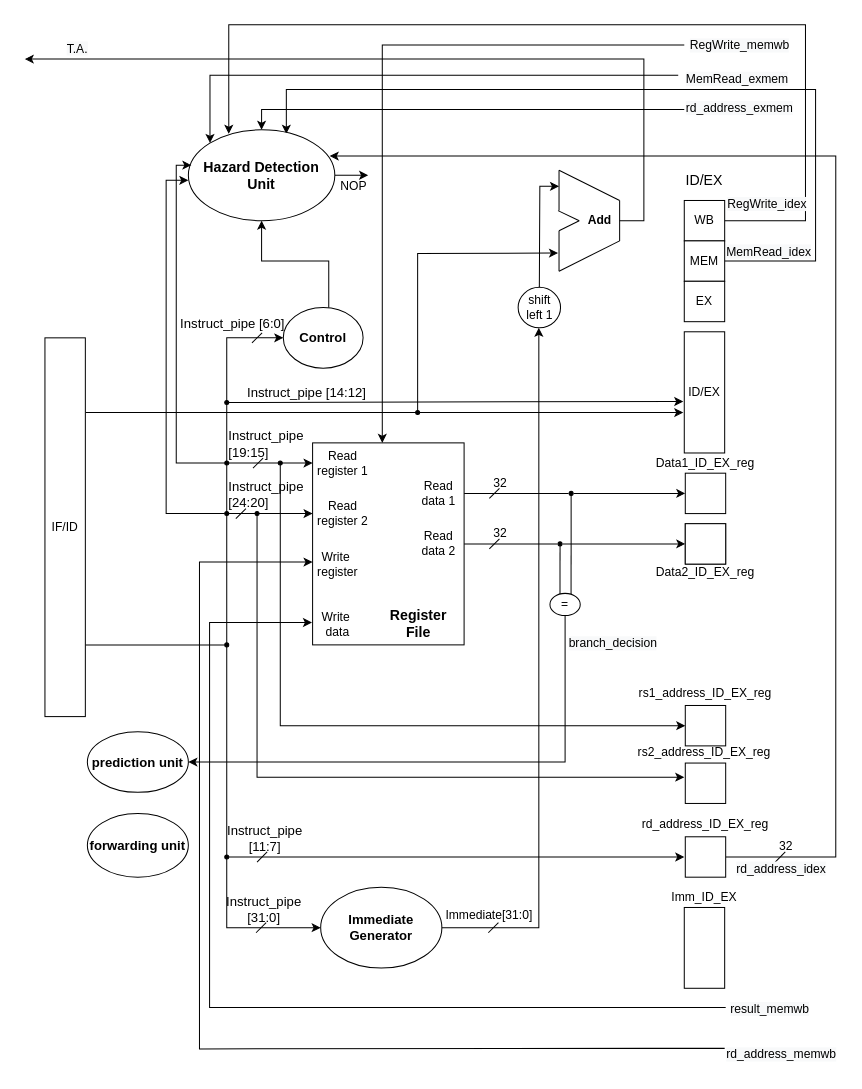
The draw.io diagram lab3/decode.drawio in Dragosk97/ISA-laboratories, before the edit. Source tidied: cells renumbered, new cells numbered last; positions are measured from the earlier drawing's top-left corner, leaving out a move shared by most shapes. Both pictures are drawn from the tidied source at 101%, with x=0, y=0 at pixel (24, 24).
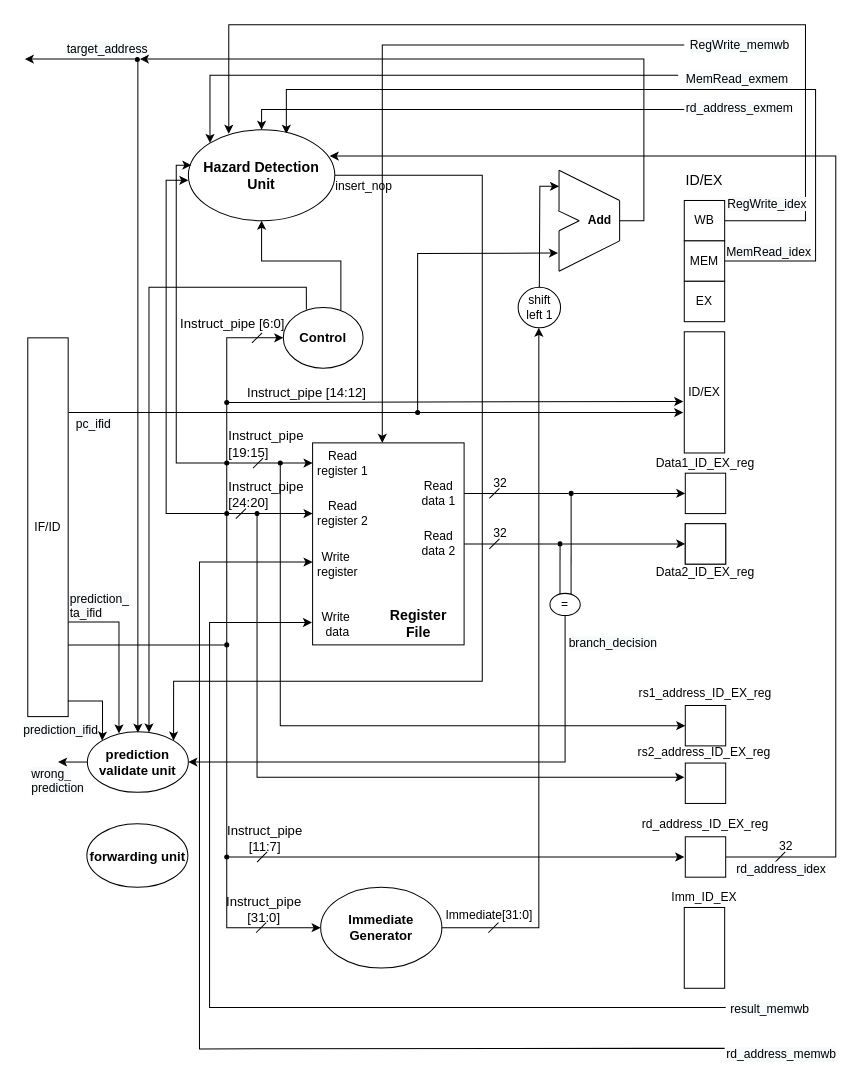
The same diagram, later.

The change refers to these unchanged cells:
```xml
<mxCell id="29" value="&lt;b&gt;&lt;font style=&quot;font-size: 13px&quot;&gt;Control&lt;/font&gt;&lt;/b&gt;" style="ellipse;whiteSpace=wrap;html=1;" parent="1" vertex="1">
  <mxGeometry x="256" y="280" width="79" height="60" as="geometry" />
</mxCell>
<mxCell id="36" style="verticalLabelPosition=bottom;shadow=0;dashed=0;align=center;html=1;verticalAlign=top;shape=mxgraph.electrical.logic_gates.inverting_contact;fillColor=#000000;" parent="1" vertex="1">
  <mxGeometry x="197.5" y="611.5" width="5" height="5" as="geometry" />
</mxCell>
<mxCell id="71" value="&lt;font style=&quot;font-size: 14px&quot;&gt;&lt;b&gt;Hazard Detection Unit&lt;/b&gt;&lt;/font&gt;" style="ellipse;whiteSpace=wrap;html=1;" parent="1" vertex="1">
  <mxGeometry x="162" y="104" width="145" height="90" as="geometry" />
</mxCell>
<mxCell id="81" value="&lt;span&gt;Add&lt;/span&gt;" style="text;html=1;align=center;verticalAlign=middle;points=[];fontStyle=1;" parent="1" vertex="1">
  <mxGeometry x="549" y="184" width="40" height="20" as="geometry" />
</mxCell>
```

Diff of the diagram source:
```diff
@@
     <mxCell id="2" style="endArrow=none;html=1;entryX=0.1;entryY=0.5;entryDx=0;entryDy=0;entryPerimeter=0;" parent="1" edge="1" target="36">
       <mxGeometry relative="1" as="geometry">
-        <mxPoint x="60" y="614" as="sourcePoint" />
+        <mxPoint x="43" y="614" as="sourcePoint" />
       </mxGeometry>
     </mxCell>
@@
     <mxCell id="28" style="edgeStyle=orthogonalEdgeStyle;rounded=0;jettySize=auto;html=1;entryX=0.5;entryY=1;entryDx=0;entryDy=0;" parent="1" edge="1" source="29" target="71">
       <mxGeometry relative="1" as="geometry">
         <Array as="points">
-          <mxPoint x="301" y="234" />
+          <mxPoint x="313" y="234" />
           <mxPoint x="235" y="234" />
         </Array>
       </mxGeometry>
     </mxCell>
+    <mxCell id="120" style="edgeStyle=orthogonalEdgeStyle;rounded=0;jettySize=auto;html=1;exitX=0.289;exitY=0.034;exitDx=0;exitDy=0;exitPerimeter=0;" parent="1" edge="1" source="29" target="104">
+      <mxGeometry relative="1" as="geometry">
+        <Array as="points">
+          <mxPoint x="279" y="260" />
+          <mxPoint x="123" y="260" />
+        </Array>
+      </mxGeometry>
+    </mxCell>
@@
-    <mxCell id="68" style="edgeStyle=orthogonalEdgeStyle;rounded=0;jettySize=auto;html=1;" parent="1" edge="1" source="71">
-      <mxGeometry relative="1" as="geometry">
-        <mxPoint x="340" y="149" as="targetPoint" />
-      </mxGeometry>
-    </mxCell>
@@
+    <mxCell id="121" style="edgeStyle=orthogonalEdgeStyle;rounded=0;jettySize=auto;html=1;exitX=1;exitY=0.5;exitDx=0;exitDy=0;entryX=1;entryY=0;entryDx=0;entryDy=0;" parent="1" edge="1" source="71" target="104">
+      <mxGeometry relative="1" as="geometry">
+        <Array as="points">
+          <mxPoint x="453" y="149" />
+          <mxPoint x="453" y="650" />
+          <mxPoint x="148" y="650" />
+        </Array>
+      </mxGeometry>
+    </mxCell>
@@
-    <mxCell id="80" style="edgeStyle=orthogonalEdgeStyle;rounded=0;jettySize=auto;html=1;" parent="1" edge="1" source="81">
+    <mxCell id="80" style="edgeStyle=orthogonalEdgeStyle;rounded=0;jettySize=auto;html=1;" parent="1" edge="1" source="127">
       <mxGeometry relative="1" as="geometry">
         <mxPoint y="34" as="targetPoint" />
-        <Array as="points">
-          <mxPoint x="613" y="194" />
-          <mxPoint x="613" y="34" />
-        </Array>
       </mxGeometry>
     </mxCell>
@@
-    <mxCell id="86" value="NOP" style="text;html=1;strokeColor=none;fillColor=none;align=center;verticalAlign=middle;whiteSpace=wrap;rounded=0;" parent="1" vertex="1">
-      <mxGeometry x="306" y="150" width="40" height="20" as="geometry" />
+    <mxCell id="86" value="insert_nop" style="text;html=1;strokeColor=none;fillColor=none;align=center;verticalAlign=middle;whiteSpace=wrap;rounded=0;" parent="1" vertex="1">
+      <mxGeometry x="316" y="150" width="40" height="20" as="geometry" />
     </mxCell>
+    <mxCell id="122" style="edgeStyle=orthogonalEdgeStyle;rounded=0;jettySize=auto;html=1;exitX=1;exitY=0.75;exitDx=0;exitDy=0;entryX=0.313;entryY=0.029;entryDx=0;entryDy=0;entryPerimeter=0;" parent="1" edge="1" source="87" target="104">
+      <mxGeometry relative="1" as="geometry" />
+    </mxCell>
     <mxCell id="87" value="IF/ID" style="rounded=0;whiteSpace=wrap;html=1;" parent="1" vertex="1">
-      <mxGeometry x="20" y="310" width="40" height="375" as="geometry" />
+      <mxGeometry x="3" y="310" width="40" height="375" as="geometry" />
     </mxCell>
@@
-    <mxCell id="98" value="&lt;span style=&quot;color: rgb(0 , 0 , 0) ; font-family: &amp;#34;helvetica&amp;#34; ; font-size: 12px ; font-style: normal ; font-weight: 400 ; letter-spacing: normal ; text-align: center ; text-indent: 0px ; text-transform: none ; word-spacing: 0px ; background-color: rgb(248 , 249 , 250) ; display: inline ; float: none&quot;&gt;T.A.&lt;/span&gt;" style="text;whiteSpace=wrap;html=1;" parent="1" vertex="1">
+    <mxCell id="98" value="&lt;span style=&quot;color: rgb(0 , 0 , 0) ; font-family: &amp;#34;helvetica&amp;#34; ; font-size: 12px ; font-style: normal ; font-weight: 400 ; letter-spacing: normal ; text-align: center ; text-indent: 0px ; text-transform: none ; word-spacing: 0px ; background-color: rgb(248 , 249 , 250) ; display: inline ; float: none&quot;&gt;target_address&lt;/span&gt;" style="text;whiteSpace=wrap;html=1;" parent="1" vertex="1">
       <mxGeometry x="40" y="10" width="30" height="30" as="geometry" />
     </mxCell>
@@
+    <mxCell id="123" style="edgeStyle=orthogonalEdgeStyle;rounded=0;jettySize=auto;html=1;exitX=0.994;exitY=0.959;exitDx=0;exitDy=0;entryX=0;entryY=0;entryDx=0;entryDy=0;exitPerimeter=0;" parent="1" edge="1" source="87" target="104">
+      <mxGeometry relative="1" as="geometry">
+        <Array as="points">
+          <mxPoint x="77" y="670" />
+          <mxPoint x="77" y="700" />
+          <mxPoint x="77" y="700" />
+        </Array>
+      </mxGeometry>
+    </mxCell>
+    <mxCell id="124" style="edgeStyle=orthogonalEdgeStyle;rounded=0;jettySize=auto;html=1;exitX=0;exitY=0.5;exitDx=0;exitDy=0;" parent="1" edge="1" source="104">
+      <mxGeometry relative="1" as="geometry">
+        <mxPoint x="33" y="730.4" as="targetPoint" />
+      </mxGeometry>
+    </mxCell>
-    <mxCell id="104" value="&lt;b&gt;&lt;font style=&quot;font-size: 13px&quot;&gt;prediction unit&lt;/font&gt;&lt;/b&gt;" style="ellipse;whiteSpace=wrap;html=1;" parent="1" vertex="1">
+    <mxCell id="104" value="&lt;b&gt;&lt;font style=&quot;font-size: 13px&quot;&gt;prediction validate unit&lt;/font&gt;&lt;/b&gt;" style="ellipse;whiteSpace=wrap;html=1;" parent="1" vertex="1">
       <mxGeometry x="62" y="700" width="100" height="60" as="geometry" />
     </mxCell>
     <mxCell id="105" value="&lt;b&gt;&lt;font style=&quot;font-size: 13px&quot;&gt;forwarding unit&lt;/font&gt;&lt;/b&gt;" style="ellipse;whiteSpace=wrap;html=1;" parent="1" vertex="1">
-      <mxGeometry x="62" y="781" width="100" height="63" as="geometry" />
+      <mxGeometry x="61.5" y="791" width="100" height="63" as="geometry" />
     </mxCell>
@@
+    <mxCell id="125" value="&lt;span style=&quot;color: rgb(0 , 0 , 0) ; font-family: &amp;#34;helvetica&amp;#34; ; font-size: 12px ; font-style: normal ; font-weight: 400 ; letter-spacing: normal ; text-align: center ; text-indent: 0px ; text-transform: none ; word-spacing: 0px ; background-color: rgb(248 , 249 , 250) ; display: inline ; float: none&quot;&gt;pc_ifid&lt;/span&gt;" style="text;whiteSpace=wrap;html=1;" parent="1" vertex="1">
+      <mxGeometry x="49" y="381.5" width="60" height="30" as="geometry" />
+    </mxCell>
+    <mxCell id="126" style="edgeStyle=orthogonalEdgeStyle;rounded=0;jettySize=auto;html=1;" parent="1" edge="1" source="127">
+      <mxGeometry relative="1" as="geometry">
+        <mxPoint x="112" y="701" as="targetPoint" />
+        <Array as="points">
+          <mxPoint x="112" y="698" />
+        </Array>
+      </mxGeometry>
+    </mxCell>
+    <mxCell id="127" style="verticalLabelPosition=bottom;shadow=0;dashed=0;align=center;html=1;verticalAlign=top;shape=mxgraph.electrical.logic_gates.inverting_contact;fillColor=#000000;" parent="1" vertex="1">
+      <mxGeometry x="109" y="32" width="5" height="5" as="geometry" />
+    </mxCell>
+    <mxCell id="128" style="edgeStyle=orthogonalEdgeStyle;rounded=0;jettySize=auto;html=1;" parent="1" edge="1" source="81" target="127">
+      <mxGeometry relative="1" as="geometry">
+        <Array as="points">
+          <mxPoint x="613" y="194" />
+          <mxPoint x="613" y="34" />
+        </Array>
+      </mxGeometry>
+    </mxCell>
+    <mxCell id="129" value="&lt;span style=&quot;color: rgb(0 , 0 , 0) ; font-family: &amp;#34;helvetica&amp;#34; ; font-size: 12px ; font-style: normal ; font-weight: 400 ; letter-spacing: normal ; text-align: center ; text-indent: 0px ; text-transform: none ; word-spacing: 0px ; background-color: rgb(248 , 249 , 250) ; display: inline ; float: none&quot;&gt;prediction_ifid&lt;/span&gt;" style="text;whiteSpace=wrap;html=1;" parent="1" vertex="1">
+      <mxGeometry x="-3.5" y="685" width="53" height="30" as="geometry" />
+    </mxCell>
+    <mxCell id="130" value="&lt;span style=&quot;color: rgb(0 , 0 , 0) ; font-family: &amp;#34;helvetica&amp;#34; ; font-size: 12px ; font-style: normal ; font-weight: 400 ; letter-spacing: normal ; text-align: center ; text-indent: 0px ; text-transform: none ; word-spacing: 0px ; background-color: rgb(248 , 249 , 250) ; display: inline ; float: none&quot;&gt;prediction_&lt;br&gt;ta_ifid&lt;/span&gt;" style="text;whiteSpace=wrap;html=1;" parent="1" vertex="1">
+      <mxGeometry x="43" y="555" width="53" height="30" as="geometry" />
+    </mxCell>
+    <mxCell id="131" value="&lt;span style=&quot;color: rgb(0 , 0 , 0) ; font-family: &amp;#34;helvetica&amp;#34; ; font-size: 12px ; font-style: normal ; font-weight: 400 ; letter-spacing: normal ; text-align: center ; text-indent: 0px ; text-transform: none ; word-spacing: 0px ; background-color: rgb(248 , 249 , 250) ; display: inline ; float: none&quot;&gt;wrong_&lt;br&gt;prediction&lt;/span&gt;" style="text;whiteSpace=wrap;html=1;" parent="1" vertex="1">
+      <mxGeometry x="5" y="728" width="76.5" height="30" as="geometry" />
+    </mxCell>
```
